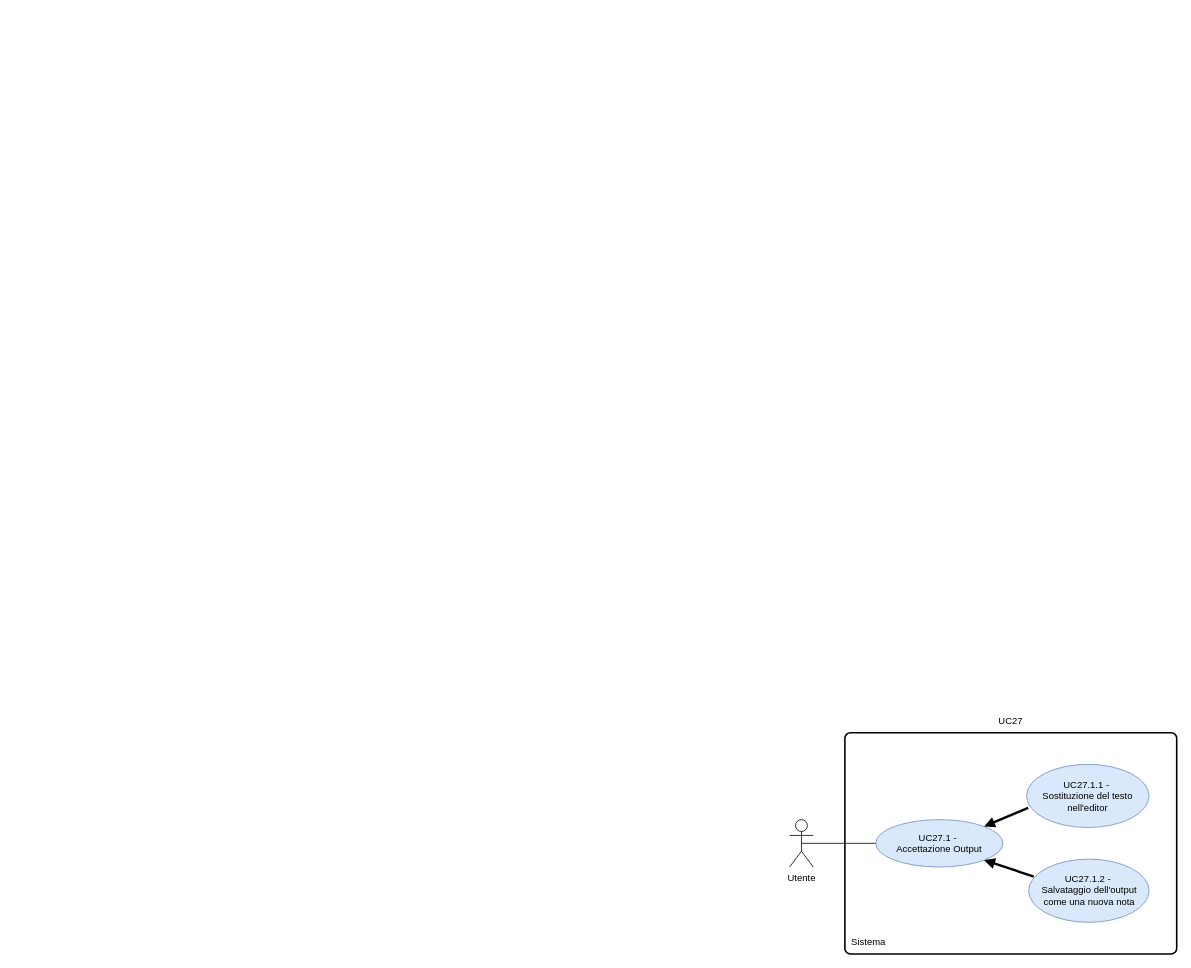
Before: RTB/doc_esterna/analisi-dei-requisiti/assets/draw.io/UC27.1.drawio in thebitless-group-swe/thebitless.github.io, a draw.io diagram. Source tidied: cells renumbered, new cells numbered last; positions are measured from the earlier drawing's top-left corner, leaving out a move shared by most shapes. Both pictures are drawn from the tidied source at 79%, with x=0, y=0 at pixel (789, 709).
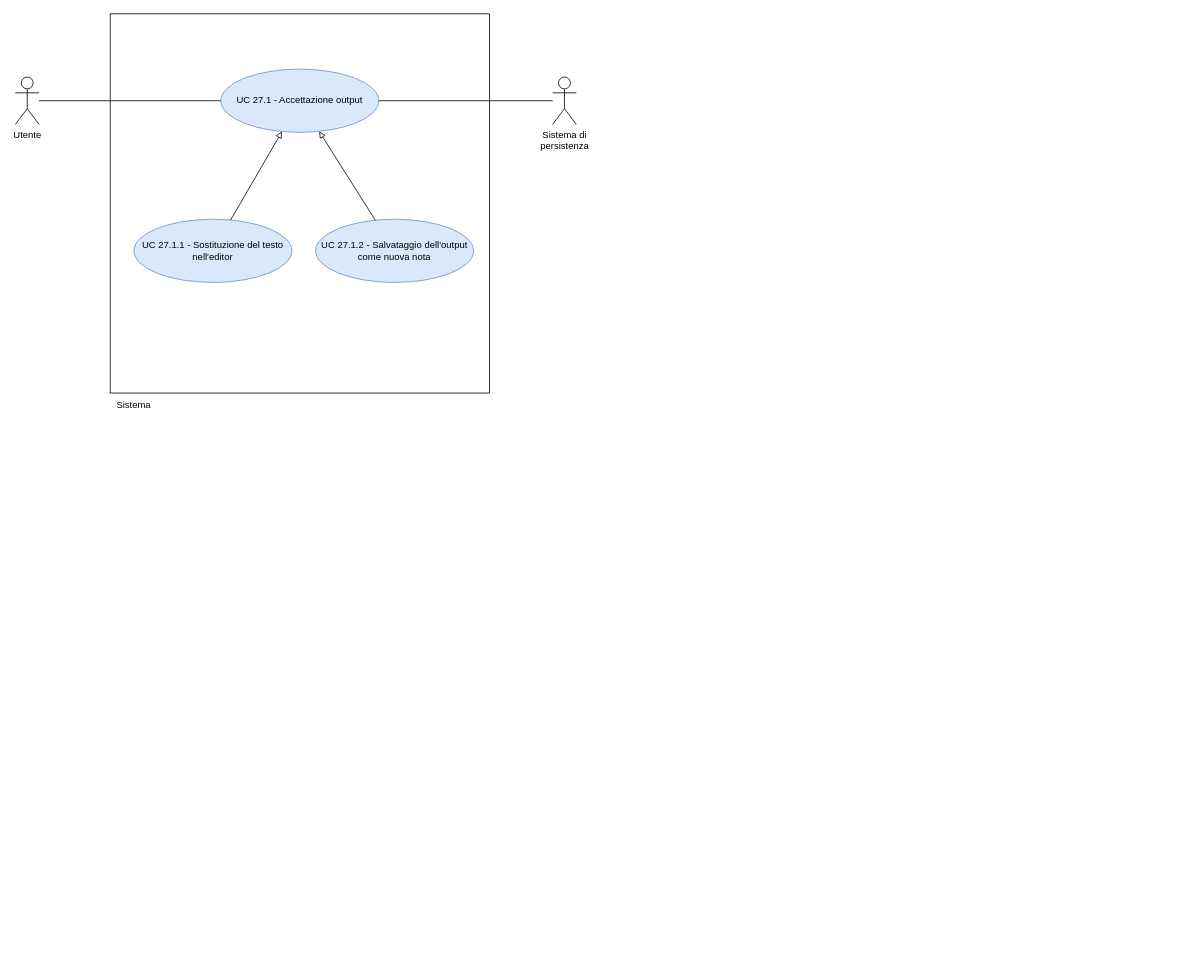
After the change.

The edit, as a diff of the source:
```diff
@@
 <mxGraphModel>
   <root>
     <mxCell id="0" />
     <mxCell id="1" parent="0" />
-    <mxCell id="2" style="rounded=1;whiteSpace=wrap;html=1;absoluteArcSize=1;arcSize=14;strokeWidth=2;" parent="1" vertex="1">
-      <mxGeometry x="70" y="30" width="420" height="280" as="geometry" />
-    </mxCell>
+    <mxCell id="12" style="whiteSpace=wrap;html=1;" parent="1" vertex="1">
+      <mxGeometry x="-860" y="-880" width="480" height="480" as="geometry" />
+    </mxCell>
+    <mxCell id="11" value="Sistema" style="text;html=1;whiteSpace=wrap;strokeColor=none;fillColor=none;align=center;verticalAlign=middle;rounded=0;" parent="1" vertex="1">
+      <mxGeometry x="-860" y="-400" width="60" height="30" as="geometry" />
+    </mxCell>
     <mxCell id="3" value="Utente" style="shape=umlActor;verticalLabelPosition=bottom;verticalAlign=top;html=1;outlineConnect=0;" parent="1" vertex="1">
-      <mxGeometry y="140" width="30" height="60" as="geometry" />
+      <mxGeometry x="-980" y="-800" width="30" height="60" as="geometry" />
     </mxCell>
-    <mxCell id="4" value="UC27" style="text;html=1;whiteSpace=wrap;strokeColor=none;fillColor=none;align=center;verticalAlign=middle;rounded=0;" parent="1" vertex="1">
-      <mxGeometry x="235" width="90" height="30" as="geometry" />
-    </mxCell>
-    <mxCell id="5" value="UC27.1 -&amp;nbsp;&lt;div&gt;Accettazione Output&lt;/div&gt;" style="ellipse;whiteSpace=wrap;html=1;fillColor=#dae8fc;strokeColor=#6c8ebf;" parent="1" vertex="1">
-      <mxGeometry x="109" y="140" width="161" height="60" as="geometry" />
-    </mxCell>
-    <mxCell id="6" style="rounded=0;jettySize=auto;html=1;exitX=0.013;exitY=0.688;exitDx=0;exitDy=0;entryX=1;entryY=0;entryDx=0;entryDy=0;exitPerimeter=0;endArrow=block;endFill=1;strokeWidth=3;" parent="1" edge="1" source="7" target="5">
-      <mxGeometry relative="1" as="geometry" />
-    </mxCell>
-    <mxCell id="7" value="UC27.1.1 -&amp;nbsp;&lt;div&gt;Sostituzione del testo nell'editor&lt;/div&gt;" style="ellipse;whiteSpace=wrap;html=1;fillColor=#dae8fc;strokeColor=#6c8ebf;" parent="1" vertex="1">
-      <mxGeometry x="300" y="70" width="155" height="80" as="geometry" />
-    </mxCell>
-    <mxCell id="8" style="endArrow=none;html=1;rounded=0;exitX=0.5;exitY=0.5;exitDx=0;exitDy=0;exitPerimeter=0;entryX=0;entryY=0.5;entryDx=0;entryDy=0;" parent="1" edge="1" source="3" target="5">
-      <mxGeometry relative="1" as="geometry" />
-    </mxCell>
-    <mxCell id="9" style="rounded=0;jettySize=auto;html=1;entryX=1;entryY=1;entryDx=0;entryDy=0;exitX=0.043;exitY=0.275;exitDx=0;exitDy=0;exitPerimeter=0;endArrow=block;endFill=1;strokeWidth=3;" parent="1" edge="1" source="10" target="5">
-      <mxGeometry relative="1" as="geometry" />
-    </mxCell>
-    <mxCell id="10" value="UC27.1.2 -&amp;nbsp;&lt;div&gt;Salvataggio dell'output come una nuova nota&lt;/div&gt;" style="ellipse;whiteSpace=wrap;html=1;fillColor=#dae8fc;strokeColor=#6c8ebf;" parent="1" vertex="1">
-      <mxGeometry x="302.5" y="190" width="152.5" height="80" as="geometry" />
-    </mxCell>
-    <mxCell id="11" value="Sistema" style="text;html=1;whiteSpace=wrap;strokeColor=none;fillColor=none;align=center;verticalAlign=middle;rounded=0;" parent="1" vertex="1">
-      <mxGeometry x="70" y="280" width="60" height="30" as="geometry" />
-    </mxCell>
+    <mxCell id="13" value="Sistema di&lt;br&gt;persistenza" style="shape=umlActor;verticalLabelPosition=bottom;verticalAlign=top;html=1;outlineConnect=0;" parent="1" vertex="1">
+      <mxGeometry x="-300" y="-800" width="30" height="60" as="geometry" />
+    </mxCell>
+    <mxCell id="14" value="UC 27.1 - Accettazione output" style="ellipse;whiteSpace=wrap;html=1;fillColor=#dae8fc;strokeColor=#6c8ebf;" parent="1" vertex="1">
+      <mxGeometry x="-720" y="-810" width="200" height="80" as="geometry" />
+    </mxCell>
+    <mxCell id="15" value="UC 27.1.1 - Sostituzione del testo&lt;br&gt;nell'editor" style="ellipse;whiteSpace=wrap;html=1;fillColor=#dae8fc;strokeColor=#6c8ebf;" parent="1" vertex="1">
+      <mxGeometry x="-830" y="-620" width="200" height="80" as="geometry" />
+    </mxCell>
+    <mxCell id="16" value="UC 27.1.2 - Salvataggio dell'output&lt;br&gt;come nuova nota" style="ellipse;whiteSpace=wrap;html=1;fillColor=#dae8fc;strokeColor=#6c8ebf;" parent="1" vertex="1">
+      <mxGeometry x="-600" y="-620" width="200" height="80" as="geometry" />
+    </mxCell>
+    <mxCell id="17" style="edgeStyle=none;rounded=0;jettySize=auto;html=1;endArrow=none;endFill=0;" parent="1" edge="1" source="3" target="14">
+      <mxGeometry relative="1" as="geometry" />
+    </mxCell>
+    <mxCell id="18" style="edgeStyle=none;rounded=0;jettySize=auto;html=1;endArrow=none;endFill=0;" parent="1" edge="1" source="13" target="14">
+      <mxGeometry relative="1" as="geometry" />
+    </mxCell>
+    <mxCell id="19" style="edgeStyle=none;rounded=0;jettySize=auto;html=1;endArrow=block;endFill=0;" parent="1" edge="1" source="15" target="14">
+      <mxGeometry relative="1" as="geometry" />
+    </mxCell>
+    <mxCell id="20" style="edgeStyle=none;rounded=0;jettySize=auto;html=1;endArrow=block;endFill=0;" parent="1" edge="1" source="16" target="14">
+      <mxGeometry relative="1" as="geometry" />
+    </mxCell>
   </root>
 </mxGraphModel>
```
